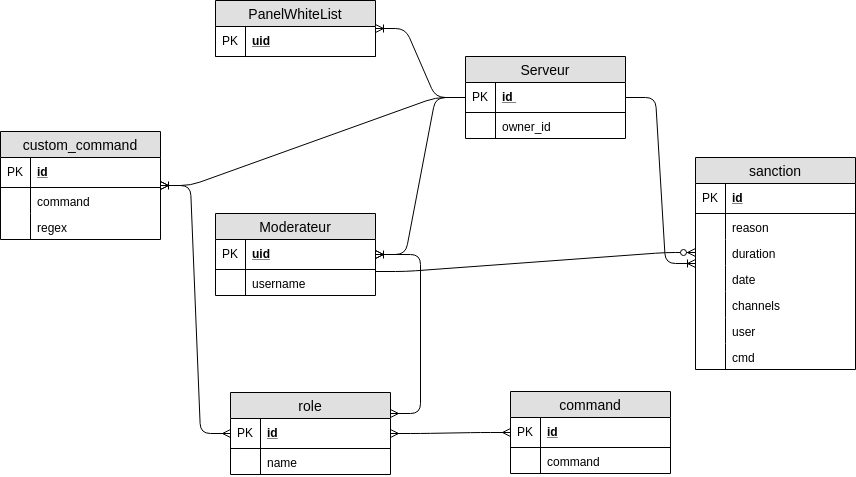
The draw.io diagram doc/schema_associatif.png in RomainCtl/discord_project, before a commit. Source tidied: cells renumbered, new cells last; positions are measured from the earlier drawing's top-left corner, leaving out a move shared by most shapes.
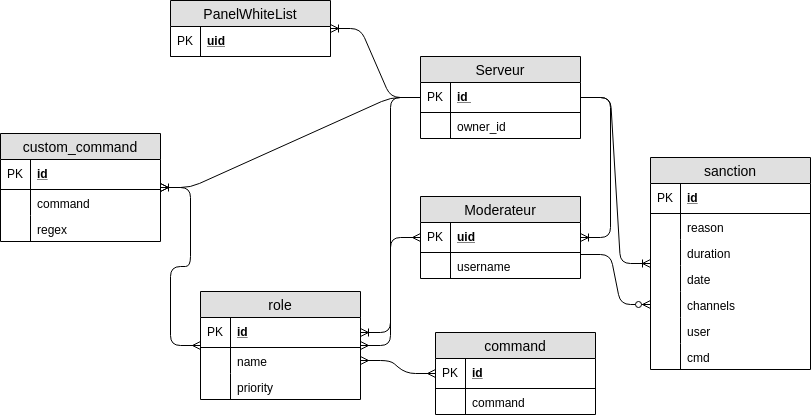
The same diagram one commit later.

What changed in the source:
```diff
@@ -18,7 +18,7 @@
       <mxGeometry width="30" height="26" as="geometry" />
     </mxCell>
     <mxCell id="7" value="Moderateur" style="swimlane;fontStyle=0;horizontal=1;startSize=26;fillColor=#e0e0e0;swimlaneFillColor=#ffffff;align=center;fontSize=14;strokeColor=#000000;fontColor=#000000;" parent="1" vertex="1">
-      <mxGeometry x="215" y="213" width="160" height="82" as="geometry" />
+      <mxGeometry x="465" y="196" width="160" height="82" as="geometry" />
     </mxCell>
     <mxCell id="8" value="uid" style="shape=partialRectangle;top=0;left=0;right=0;bottom=1;align=left;verticalAlign=middle;fillColor=none;spacingLeft=34;spacingRight=4;overflow=hidden;fontStyle=5;fontSize=12;strokeColor=#000000;fontColor=#000000;" parent="7" vertex="1">
       <mxGeometry y="26" width="160" height="30" as="geometry" />
@@ -36,7 +36,7 @@
       <mxGeometry relative="1" as="geometry" />
     </mxCell>
     <mxCell id="13" value="role" style="swimlane;fontStyle=0;horizontal=1;startSize=26;fillColor=#e0e0e0;swimlaneFillColor=#ffffff;align=center;fontSize=14;strokeColor=#000000;fontColor=#000000;" parent="1" vertex="1">
-      <mxGeometry x="230" y="392" width="160" height="82" as="geometry" />
+      <mxGeometry x="245" y="291" width="160" height="108" as="geometry" />
     </mxCell>
     <mxCell id="14" value="id" style="shape=partialRectangle;top=0;left=0;right=0;bottom=1;align=left;verticalAlign=middle;fillColor=none;spacingLeft=34;spacingRight=4;overflow=hidden;points=[[0,0.5],[1,0.5]];portConstraint=eastwest;fontStyle=5;fontSize=12;strokeColor=#000000;fontColor=#000000;" parent="13" vertex="1">
       <mxGeometry y="26" width="160" height="30" as="geometry" />
@@ -50,8 +50,14 @@
     <mxCell id="17" style="shape=partialRectangle;top=0;left=0;bottom=0;fillColor=none;align=left;verticalAlign=top;spacingLeft=4;spacingRight=4;overflow=hidden;fontSize=12;strokeColor=#000000;fontColor=#000000;" parent="16" vertex="1">
       <mxGeometry width="30" height="26" as="geometry" />
     </mxCell>
+    <mxCell id="55" value="priority" style="shape=partialRectangle;top=0;left=0;right=0;bottom=0;align=left;verticalAlign=top;fillColor=none;spacingLeft=34;spacingRight=4;overflow=hidden;fontSize=12;strokeColor=#000000;fontColor=#000000;" parent="13" vertex="1">
+      <mxGeometry y="82" width="160" height="26" as="geometry" />
+    </mxCell>
+    <mxCell id="56" style="shape=partialRectangle;top=0;left=0;bottom=0;fillColor=none;align=left;verticalAlign=top;spacingLeft=4;spacingRight=4;overflow=hidden;fontSize=12;strokeColor=#000000;fontColor=#000000;" parent="55" vertex="1">
+      <mxGeometry width="30" height="26" as="geometry" />
+    </mxCell>
     <mxCell id="18" value="command" style="swimlane;fontStyle=0;horizontal=1;startSize=26;fillColor=#e0e0e0;swimlaneFillColor=#ffffff;align=center;fontSize=14;strokeColor=#000000;fontColor=#000000;" parent="1" vertex="1">
-      <mxGeometry x="510" y="391" width="160" height="82" as="geometry" />
+      <mxGeometry x="480" y="332" width="160" height="82" as="geometry" />
     </mxCell>
     <mxCell id="19" value="id" style="shape=partialRectangle;top=0;left=0;right=0;bottom=1;align=left;verticalAlign=middle;fillColor=none;spacingLeft=34;spacingRight=4;overflow=hidden;fontStyle=5;fontSize=12;fontColor=#000000;strokeColor=#000000;" parent="18" vertex="1">
       <mxGeometry y="26" width="160" height="30" as="geometry" />
@@ -110,17 +116,17 @@
     <mxCell id="37" style="shape=partialRectangle;top=0;left=0;bottom=0;fillColor=none;align=left;verticalAlign=top;spacingLeft=4;spacingRight=4;overflow=hidden;fontSize=12;fontColor=#000000;strokeColor=#000000;" parent="36" vertex="1">
       <mxGeometry width="30" height="26" as="geometry" />
     </mxCell>
-    <mxCell id="38" style="edgeStyle=entityRelationEdgeStyle;fontSize=12;html=1;endArrow=ERzeroToMany;endFill=1;strokeColor=#000000;exitX=1;exitY=0.077;exitDx=0;exitDy=0;exitPerimeter=0;" parent="1" edge="1" source="10" target="28">
+    <mxCell id="38" style="edgeStyle=entityRelationEdgeStyle;fontSize=12;html=1;endArrow=ERzeroToMany;endFill=1;strokeColor=#000000;exitX=1;exitY=0.077;exitDx=0;exitDy=0;exitPerimeter=0;" parent="1" edge="1" source="10" target="32">
       <mxGeometry relative="1" as="geometry" />
     </mxCell>
-    <mxCell id="39" style="edgeStyle=entityRelationEdgeStyle;fontSize=12;html=1;endArrow=ERmany;startArrow=ERmany;strokeColor=#000000;" parent="1" edge="1" source="18" target="13">
+    <mxCell id="39" style="edgeStyle=entityRelationEdgeStyle;fontSize=12;html=1;endArrow=ERmany;startArrow=ERmany;strokeColor=#000000;" parent="1" edge="1" source="18" target="16">
       <mxGeometry relative="1" as="geometry" />
     </mxCell>
     <mxCell id="40" style="edgeStyle=entityRelationEdgeStyle;fontSize=12;html=1;endArrow=ERoneToMany;strokeColor=#000000;" parent="1" edge="1" source="2" target="23">
       <mxGeometry relative="1" as="geometry" />
     </mxCell>
     <mxCell id="41" value="custom_command" style="swimlane;fontStyle=0;horizontal=1;startSize=26;fillColor=#e0e0e0;swimlaneFillColor=#ffffff;align=center;fontSize=14;strokeColor=#000000;fontColor=#000000;" parent="1" vertex="1">
-      <mxGeometry y="131" width="160" height="108" as="geometry" />
+      <mxGeometry x="45" y="133" width="160" height="108" as="geometry" />
     </mxCell>
     <mxCell id="42" value="id" style="shape=partialRectangle;top=0;left=0;right=0;bottom=1;align=left;verticalAlign=middle;fillColor=none;spacingLeft=34;spacingRight=4;overflow=hidden;fontStyle=5;fontSize=12;fontColor=#000000;strokeColor=#000000;" parent="41" vertex="1">
       <mxGeometry y="26" width="160" height="30" as="geometry" />
@@ -158,8 +164,11 @@
     <mxCell id="53" style="edgeStyle=entityRelationEdgeStyle;fontSize=12;html=1;endArrow=ERoneToMany;strokeColor=#000000;" parent="1" edge="1" source="2" target="50">
       <mxGeometry relative="1" as="geometry" />
     </mxCell>
-    <mxCell id="54" style="edgeStyle=entityRelationEdgeStyle;fontSize=12;html=1;endArrow=ERmany;startArrow=ERmany;strokeColor=#000000;exitX=1;exitY=0.25;exitDx=0;exitDy=0;" parent="1" edge="1" source="13" target="7">
+    <mxCell id="54" style="edgeStyle=entityRelationEdgeStyle;fontSize=12;html=1;endArrow=ERmany;startArrow=ERmany;strokeColor=#000000;" parent="1" edge="1" source="13" target="7">
       <mxGeometry relative="1" as="geometry" />
     </mxCell>
+    <mxCell id="57" style="edgeStyle=entityRelationEdgeStyle;fontSize=12;html=1;endArrow=ERoneToMany;strokeColor=#000000;" parent="1" edge="1" source="2" target="14">
+      <mxGeometry relative="1" as="geometry" />
+    </mxCell>
   </root>
 </mxGraphModel>
```
